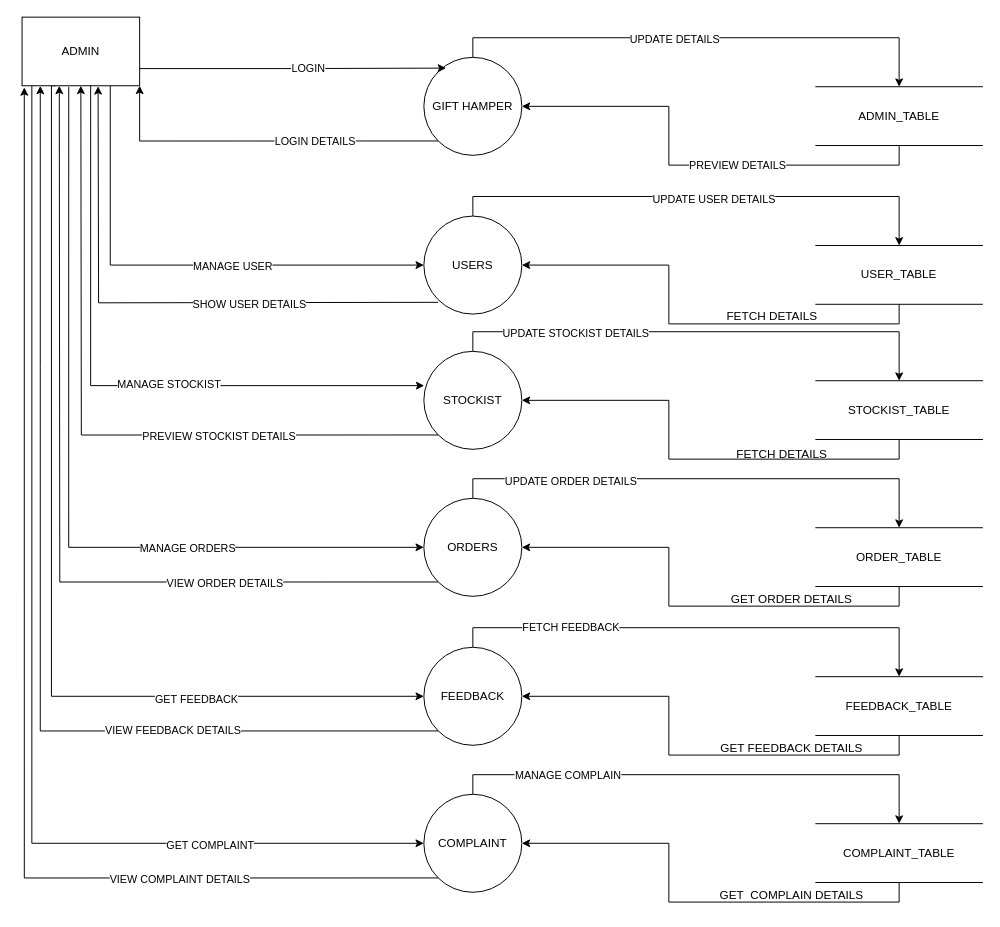
Above: page "DFD-1(ADMIN)" (10 of 18) of DOCUMENTATION.drawio in panchalbhavya2210/gift_documentation (draw.io), before the change. Source tidied: cells renumbered, new cells numbered last; positions are measured from the earlier drawing's top-left corner, leaving out a move shared by most shapes. Both pictures are drawn from the tidied source at 98%, with x=0, y=0 at pixel (22, 17).
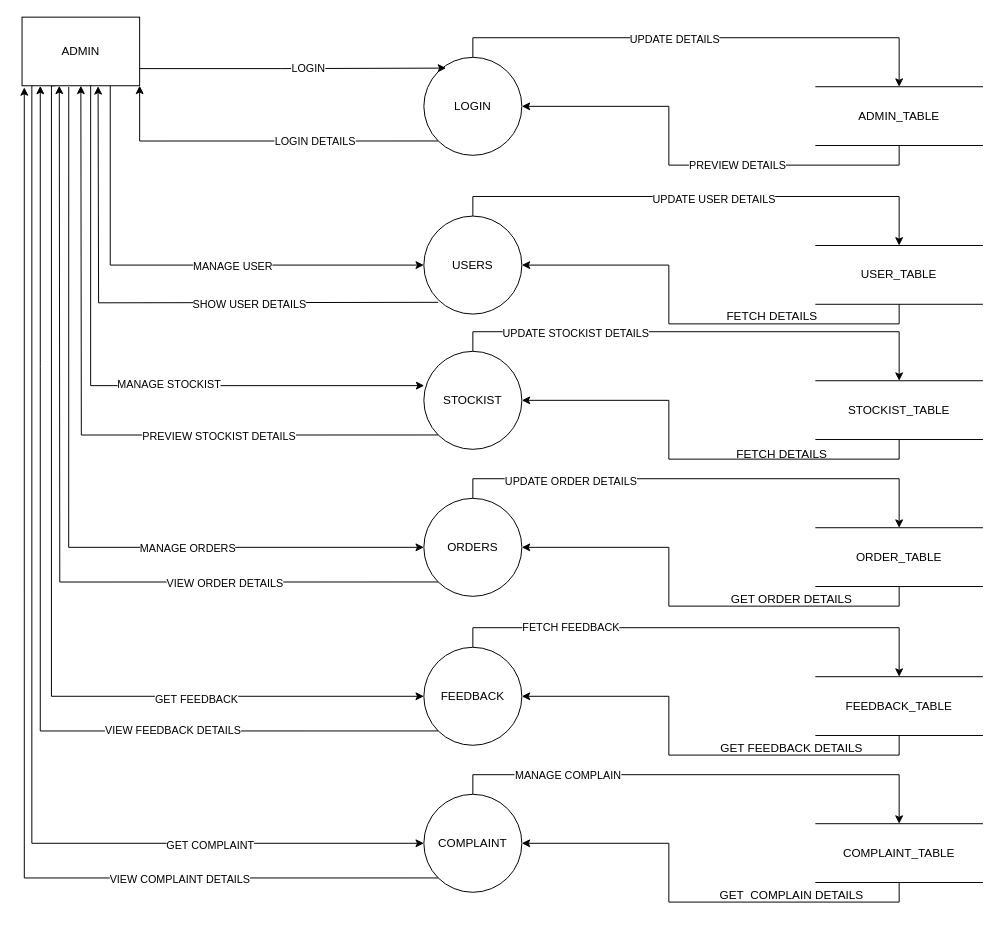
Above is the later version.

What changed in the source:
```diff
@@
-    <mxCell id="57" value="GIFT HAMPER" style="ellipse;whiteSpace=wrap;html=1;" parent="1" vertex="1">
+    <mxCell id="57" value="LOGIN" style="ellipse;whiteSpace=wrap;html=1;" parent="1" vertex="1">
       <mxGeometry x="410" y="41" width="100" height="100" as="geometry" />
     </mxCell>
```
